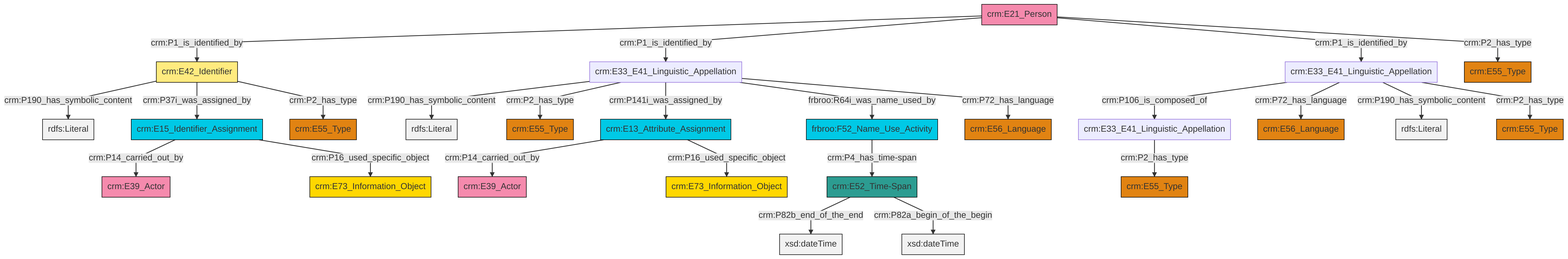
Before: et/personCSV/ttl/mmd/png/Person_Names_and_Classification.png, a diagram exported from Mermaid (swiss-art-research-net/docs.swissartresearch). Its source is kept beside it as et/personCSV/ttl/mmd/Person_Names_and_Classification.ttl.mmd.
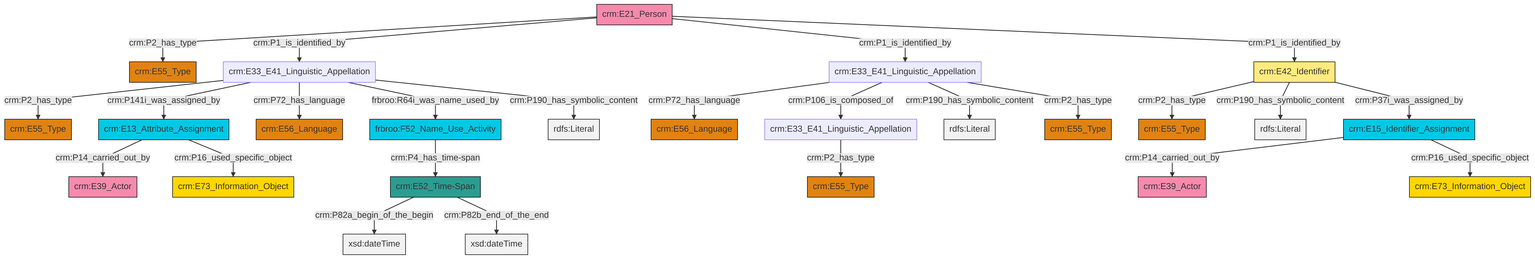
After the change.

Change to the diagram source:
```diff
@@ -13,27 +13,27 @@
 classDef PC_Classes fill:#4ce600, stroke:#000000;
 classDef Multi fill:#cccccc,stroke:#000000;
 
-0["frbroo:F52_Name_Use_Activity"]:::Temporal_Entity -->|crm:P4_has_time-span| 1["crm:E52_Time-Span"]:::Time-Span
-1["crm:E52_Time-Span"]:::Time-Span -->|crm:P82b_end_of_the_end| 8[xsd:dateTime]:::Literal
-9["crm:E33_E41_Linguistic_Appellation"]:::Default -->|crm:P106_is_composed_of| 10["crm:E33_E41_Linguistic_Appellation"]:::Default
-1["crm:E52_Time-Span"]:::Time-Span -->|crm:P82a_begin_of_the_begin| 11[xsd:dateTime]:::Literal
-10["crm:E33_E41_Linguistic_Appellation"]:::Default -->|crm:P2_has_type| 13["crm:E55_Type"]:::Type
-14["crm:E33_E41_Linguistic_Appellation"]:::Default -->|crm:P190_has_symbolic_content| 15[rdfs:Literal]:::Literal
-16["crm:E42_Identifier"]:::Appellation -->|crm:P190_has_symbolic_content| 17[rdfs:Literal]:::Literal
-20["crm:E13_Attribute_Assignment"]:::Temporal_Entity -->|crm:P14_carried_out_by| 21["crm:E39_Actor"]:::Actor
-14["crm:E33_E41_Linguistic_Appellation"]:::Default -->|crm:P2_has_type| 18["crm:E55_Type"]:::Type
-14["crm:E33_E41_Linguistic_Appellation"]:::Default -->|crm:P141i_was_assigned_by| 20["crm:E13_Attribute_Assignment"]:::Temporal_Entity
-26["crm:E21_Person"]:::Actor -->|crm:P1_is_identified_by| 16["crm:E42_Identifier"]:::Appellation
-9["crm:E33_E41_Linguistic_Appellation"]:::Default -->|crm:P72_has_language| 2["crm:E56_Language"]:::Type
-16["crm:E42_Identifier"]:::Appellation -->|crm:P37i_was_assigned_by| 28["crm:E15_Identifier_Assignment"]:::Temporal_Entity
-26["crm:E21_Person"]:::Actor -->|crm:P1_is_identified_by| 14["crm:E33_E41_Linguistic_Appellation"]:::Default
-14["crm:E33_E41_Linguistic_Appellation"]:::Default -->|frbroo:R64i_was_name_used_by| 0["frbroo:F52_Name_Use_Activity"]:::Temporal_Entity
-28["crm:E15_Identifier_Assignment"]:::Temporal_Entity -->|crm:P14_carried_out_by| 31["crm:E39_Actor"]:::Actor
-9["crm:E33_E41_Linguistic_Appellation"]:::Default -->|crm:P190_has_symbolic_content| 36[rdfs:Literal]:::Literal
-26["crm:E21_Person"]:::Actor -->|crm:P1_is_identified_by| 9["crm:E33_E41_Linguistic_Appellation"]:::Default
-26["crm:E21_Person"]:::Actor -->|crm:P2_has_type| 22["crm:E55_Type"]:::Type
-20["crm:E13_Attribute_Assignment"]:::Temporal_Entity -->|crm:P16_used_specific_object| 29["crm:E73_Information_Object"]:::Conceptual_Object
-28["crm:E15_Identifier_Assignment"]:::Temporal_Entity -->|crm:P16_used_specific_object| 6["crm:E73_Information_Object"]:::Conceptual_Object
-16["crm:E42_Identifier"]:::Appellation -->|crm:P2_has_type| 32["crm:E55_Type"]:::Type
-9["crm:E33_E41_Linguistic_Appellation"]:::Default -->|crm:P2_has_type| 4["crm:E55_Type"]:::Type
-14["crm:E33_E41_Linguistic_Appellation"]:::Default -->|crm:P72_has_language| 39["crm:E56_Language"]:::Type
+0["crm:E33_E41_Linguistic_Appellation"]:::Default -->|crm:P2_has_type| 1["crm:E55_Type"]:::Type
+2["frbroo:F52_Name_Use_Activity"]:::Temporal_Entity -->|crm:P4_has_time-span| 3["crm:E52_Time-Span"]:::Time-Span
+5["crm:E42_Identifier"]:::Appellation -->|crm:P2_has_type| 6["crm:E55_Type"]:::Type
+0["crm:E33_E41_Linguistic_Appellation"]:::Default -->|crm:P141i_was_assigned_by| 7["crm:E13_Attribute_Assignment"]:::Temporal_Entity
+5["crm:E42_Identifier"]:::Appellation -->|crm:P190_has_symbolic_content| 12[rdfs:Literal]:::Literal
+13["crm:E33_E41_Linguistic_Appellation"]:::Default -->|crm:P72_has_language| 10["crm:E56_Language"]:::Type
+14["crm:E21_Person"]:::Actor -->|crm:P2_has_type| 15["crm:E55_Type"]:::Type
+13["crm:E33_E41_Linguistic_Appellation"]:::Default -->|crm:P106_is_composed_of| 19["crm:E33_E41_Linguistic_Appellation"]:::Default
+14["crm:E21_Person"]:::Actor -->|crm:P1_is_identified_by| 0["crm:E33_E41_Linguistic_Appellation"]:::Default
+7["crm:E13_Attribute_Assignment"]:::Temporal_Entity -->|crm:P14_carried_out_by| 23["crm:E39_Actor"]:::Actor
+19["crm:E33_E41_Linguistic_Appellation"]:::Default -->|crm:P2_has_type| 24["crm:E55_Type"]:::Type
+3["crm:E52_Time-Span"]:::Time-Span -->|crm:P82a_begin_of_the_begin| 26[xsd:dateTime]:::Literal
+3["crm:E52_Time-Span"]:::Time-Span -->|crm:P82b_end_of_the_end| 27[xsd:dateTime]:::Literal
+13["crm:E33_E41_Linguistic_Appellation"]:::Default -->|crm:P190_has_symbolic_content| 28[rdfs:Literal]:::Literal
+13["crm:E33_E41_Linguistic_Appellation"]:::Default -->|crm:P2_has_type| 21["crm:E55_Type"]:::Type
+30["crm:E15_Identifier_Assignment"]:::Temporal_Entity -->|crm:P14_carried_out_by| 16["crm:E39_Actor"]:::Actor
+14["crm:E21_Person"]:::Actor -->|crm:P1_is_identified_by| 13["crm:E33_E41_Linguistic_Appellation"]:::Default
+14["crm:E21_Person"]:::Actor -->|crm:P1_is_identified_by| 5["crm:E42_Identifier"]:::Appellation
+7["crm:E13_Attribute_Assignment"]:::Temporal_Entity -->|crm:P16_used_specific_object| 36["crm:E73_Information_Object"]:::Conceptual_Object
+5["crm:E42_Identifier"]:::Appellation -->|crm:P37i_was_assigned_by| 30["crm:E15_Identifier_Assignment"]:::Temporal_Entity
+0["crm:E33_E41_Linguistic_Appellation"]:::Default -->|crm:P72_has_language| 37["crm:E56_Language"]:::Type
+0["crm:E33_E41_Linguistic_Appellation"]:::Default -->|frbroo:R64i_was_name_used_by| 2["frbroo:F52_Name_Use_Activity"]:::Temporal_Entity
+0["crm:E33_E41_Linguistic_Appellation"]:::Default -->|crm:P190_has_symbolic_content| 43[rdfs:Literal]:::Literal
+30["crm:E15_Identifier_Assignment"]:::Temporal_Entity -->|crm:P16_used_specific_object| 44["crm:E73_Information_Object"]:::Conceptual_Object
```
